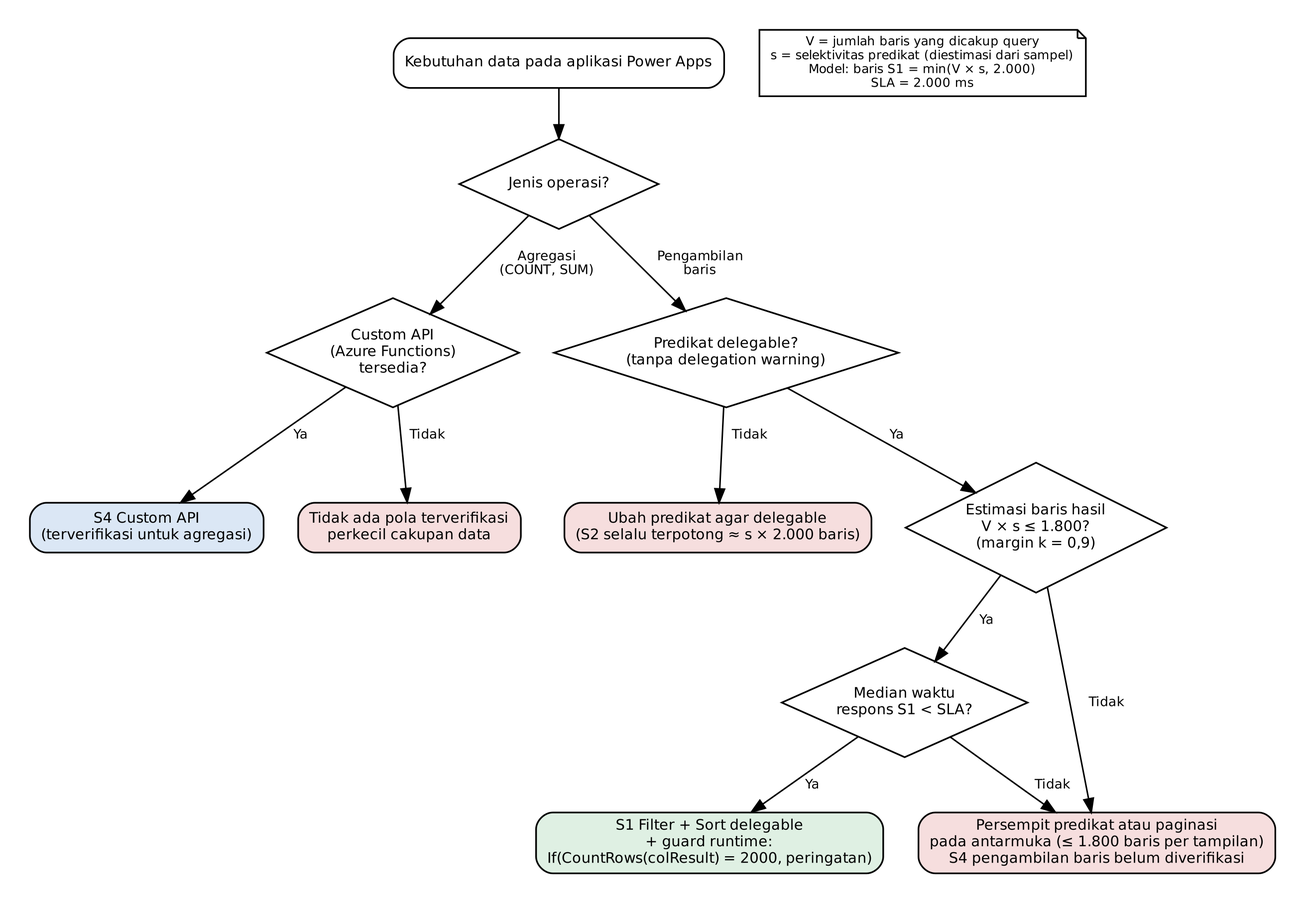
GilbertoKentjono/skripsi_powerapps keeps this Graphviz diagram as figures/decision_tree_v3.png. Above is the earlier version. Its source is kept beside it as figures/decision_tree_v3.dot. Its diagram source:
```dot
digraph G {
  graph [rankdir=TB, fontname="DejaVu Sans", nodesep=0.35, ranksep=0.4, dpi=200, pad=0.3];
  node  [fontname="DejaVu Sans", fontsize=10.5, penwidth=1.2];
  edge  [fontname="DejaVu Sans", fontsize=9.5, penwidth=1.1];
  start [shape=box, style="rounded", label="Kebutuhan data pada aplikasi Power Apps"];
  q1 [shape=diamond, label="Jenis operasi?", width=2.0, height=0.9];
  qa [shape=diamond, label="Custom API\n(Azure Functions)\ntersedia?", width=2.2, height=1.1];
  s4 [shape=box, style="rounded,filled", fillcolor="#dbe7f5", label="S4 Custom API\n(terverifikasi untuk agregasi)"];
  na [shape=box, style="rounded,filled", fillcolor="#f6dede", label="Tidak ada pola terverifikasi\nperkecil cakupan data"];
  q2 [shape=diamond, label="Predikat delegable?\n(tanpa delegation warning)", width=2.8, height=1.1];
  fx [shape=box, style="rounded,filled", fillcolor="#f6dede", label="Ubah predikat agar delegable\n(S2 selalu terpotong ≈ s × 2.000 baris)"];
  q3 [shape=diamond, label="Estimasi baris hasil\nV × s ≤ 1.800?\n(margin k = 0,9)", width=2.6, height=1.3];
  q4 [shape=diamond, label="Median waktu\nrespons S1 < SLA?", width=2.3, height=1.1];
  s1 [shape=box, style="rounded,filled", fillcolor="#dff0e3", label="S1 Filter + Sort delegable\n+ guard runtime:\nIf(CountRows(colResult) = 2000, peringatan)"];
  nb [shape=box, style="rounded,filled", fillcolor="#f6dede", label="Persempit predikat atau paginasi\npada antarmuka (≤ 1.800 baris per tampilan)\nS4 pengambilan baris belum diverifikasi"];
  start -> q1;
  q1 -> qa [label="  Agregasi\n  (COUNT, SUM)"];
  q1 -> q2 [label="  Pengambilan\n  baris"];
  qa -> s4 [label="  Ya"]; qa -> na [label="  Tidak"];
  q2 -> fx [label="  Tidak"]; q2 -> q3 [label="  Ya"];
  q3 -> q4 [label="  Ya"]; q3 -> nb [label="  Tidak"];
  q4 -> s1 [label="  Ya"]; q4 -> nb [label="  Tidak"];
  note [shape=note, fontsize=9, label="V = jumlah baris yang dicakup query\ns = selektivitas predikat (diestimasi dari sampel)\nModel: baris S1 = min(V × s, 2.000)\nSLA = 2.000 ms"];
}
```
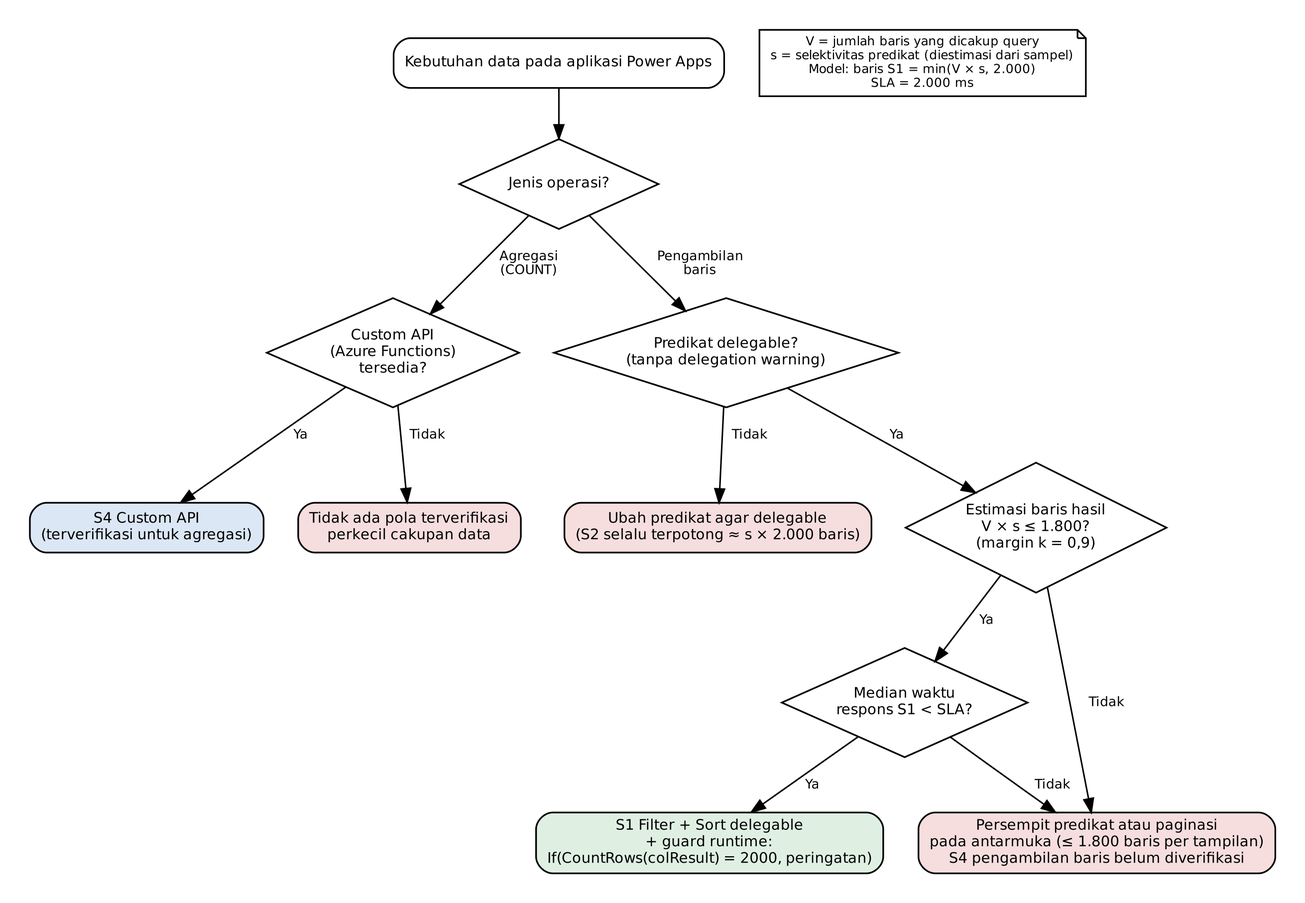
After the commit.

Commit message:
update decision tree

Diff of the diagram source:
```diff
@@ -14,7 +14,7 @@
   s1 [shape=box, style="rounded,filled", fillcolor="#dff0e3", label="S1 Filter + Sort delegable\n+ guard runtime:\nIf(CountRows(colResult) = 2000, peringatan)"];
   nb [shape=box, style="rounded,filled", fillcolor="#f6dede", label="Persempit predikat atau paginasi\npada antarmuka (≤ 1.800 baris per tampilan)\nS4 pengambilan baris belum diverifikasi"];
   start -> q1;
-  q1 -> qa [label="  Agregasi\n  (COUNT, SUM)"];
+  q1 -> qa [label="  Agregasi\n  (COUNT)"];
   q1 -> q2 [label="  Pengambilan\n  baris"];
   qa -> s4 [label="  Ya"]; qa -> na [label="  Tidak"];
   q2 -> fx [label="  Tidak"]; q2 -> q3 [label="  Ya"];
```
